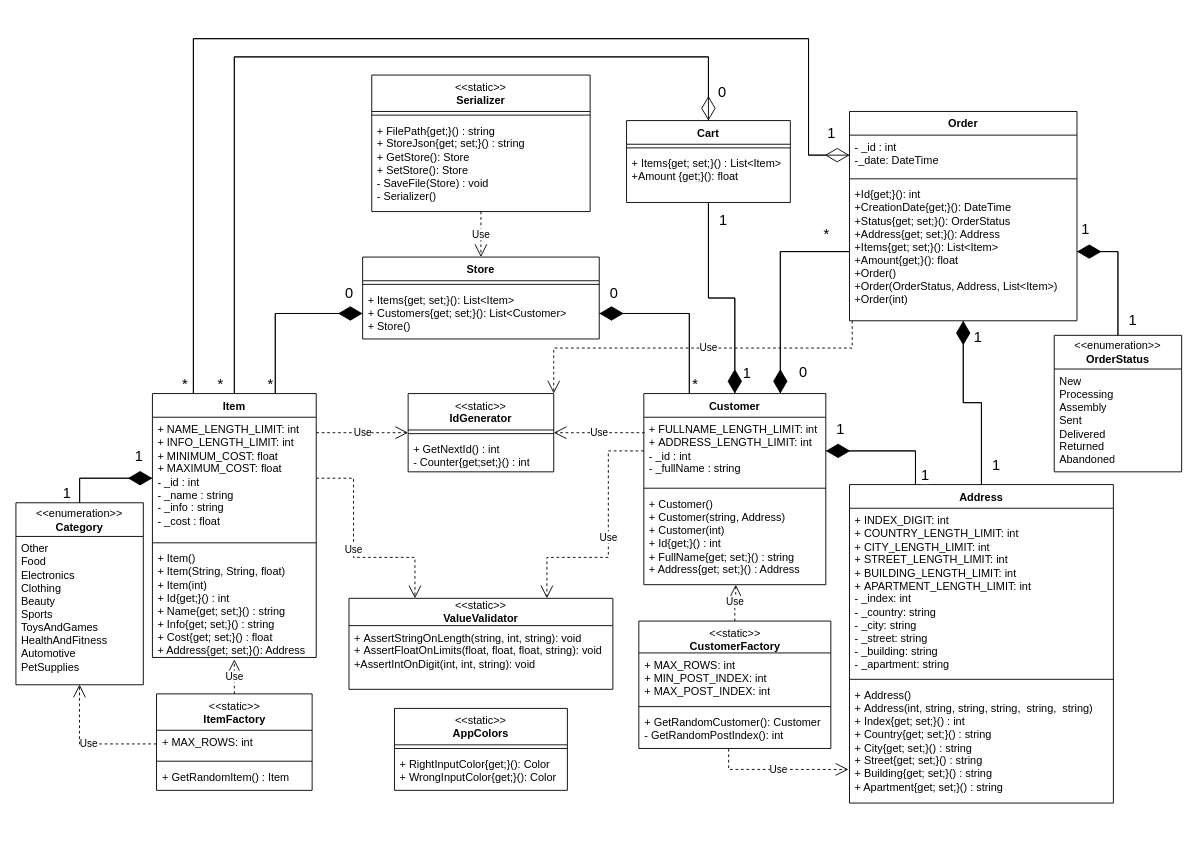
This is doc/Practics3.drawio from inittose/OOP, a draw.io file, before an edit. Source tidied: cells renumbered, new cells numbered last; positions are measured from the earlier drawing's top-left corner, leaving out a move shared by most shapes. Both pictures are drawn from the tidied source at 91%, with x=0, y=0 at pixel (15, 38).
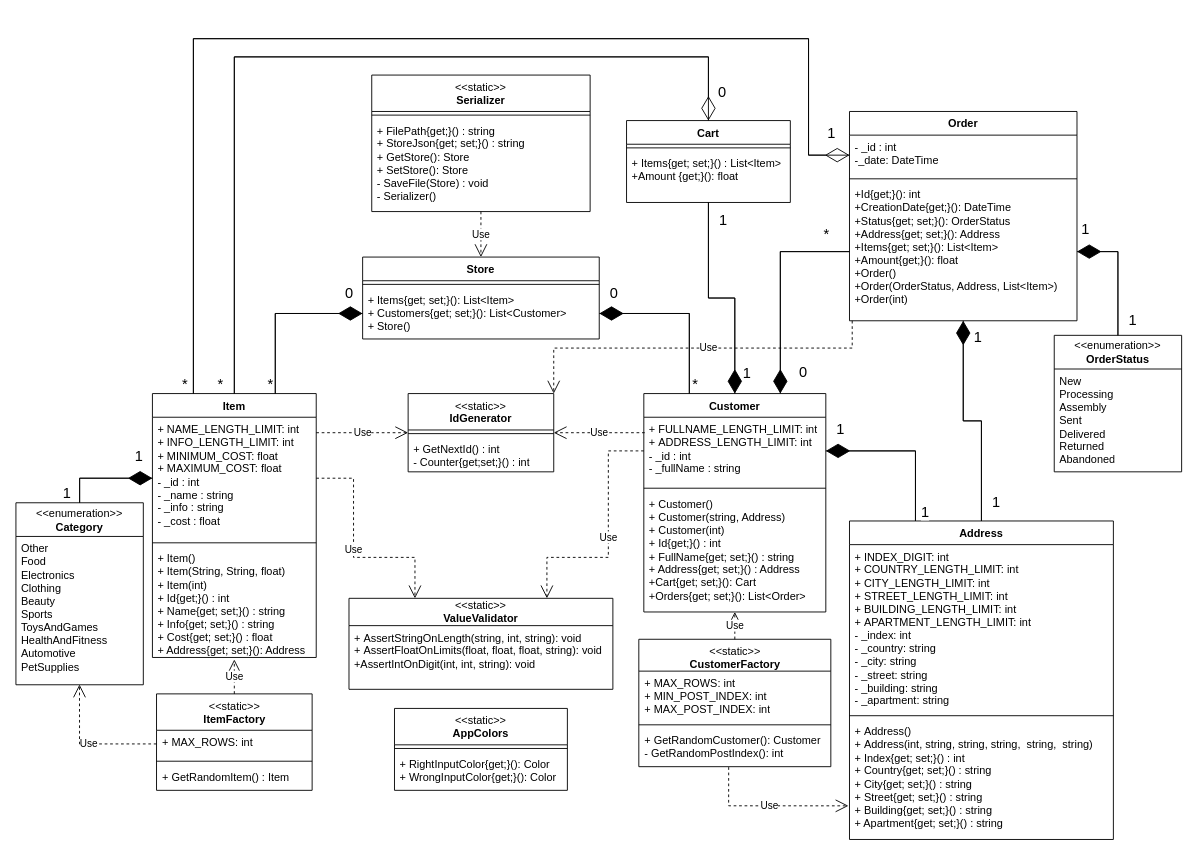
Above is the later version.

The edit, as a diff of the source:
```diff
@@
     <mxCell id="2" value="Customer" style="swimlane;fontStyle=1;align=center;verticalAlign=top;horizontal=1;startSize=26;whiteSpace=wrap;html=1;" parent="1" vertex="1">
-      <mxGeometry x="690" y="390" width="200" height="210" as="geometry" />
+      <mxGeometry x="690" y="390" width="200" height="240" as="geometry" />
     </mxCell>
@@
-    <mxCell id="5" value="+&amp;nbsp;Customer()&lt;br style=&quot;border-color: var(--border-color);&quot;&gt;+ Customer(string, Address)&lt;br&gt;+ Customer(int)&lt;br&gt;+ Id{get;}() : int&lt;br&gt;+ FullName{get; set;}() : string&lt;br&gt;+ Address{get; set;}() : Address" style="text;strokeColor=none;fillColor=none;align=left;verticalAlign=top;spacingLeft=4;spacingRight=4;overflow=hidden;points=[[0,0.5],[1,0.5]];portConstraint=eastwest;whiteSpace=wrap;html=1;" parent="2" vertex="1">
-      <mxGeometry y="108" width="200" height="102" as="geometry" />
+    <mxCell id="5" value="+&amp;nbsp;Customer()&lt;br style=&quot;border-color: var(--border-color);&quot;&gt;+ Customer(string, Address)&lt;br&gt;+ Customer(int)&lt;br&gt;+ Id{get;}() : int&lt;br&gt;+ FullName{get; set;}() : string&lt;br&gt;+ Address{get; set;}() : Address&lt;br&gt;+Cart{get; set;}():&amp;nbsp;Cart&lt;br&gt;+Orders{get; set;}(): List&amp;lt;Order&amp;gt;" style="text;strokeColor=none;fillColor=none;align=left;verticalAlign=top;spacingLeft=4;spacingRight=4;overflow=hidden;points=[[0,0.5],[1,0.5]];portConstraint=eastwest;whiteSpace=wrap;html=1;" parent="2" vertex="1">
+      <mxGeometry y="108" width="200" height="132" as="geometry" />
     </mxCell>
@@
     <mxCell id="15" value="&lt;span style=&quot;font-weight: normal;&quot;&gt;&amp;lt;&amp;lt;static&amp;gt;&amp;gt;&lt;/span&gt;&lt;br&gt;CustomerFactory" style="swimlane;fontStyle=1;align=center;verticalAlign=top;horizontal=1;startSize=35;whiteSpace=wrap;html=1;" parent="1" vertex="1">
-      <mxGeometry x="684.5" y="640" width="211" height="140" as="geometry" />
+      <mxGeometry x="684.5" y="660" width="211" height="140" as="geometry" />
     </mxCell>
@@
     <mxCell id="31" value="Address" style="swimlane;fontStyle=1;align=center;verticalAlign=top;horizontal=1;startSize=26;whiteSpace=wrap;html=1;" parent="1" vertex="1">
-      <mxGeometry x="916" y="490" width="290" height="350" as="geometry" />
+      <mxGeometry x="916" y="530" width="290" height="350" as="geometry" />
     </mxCell>
```
